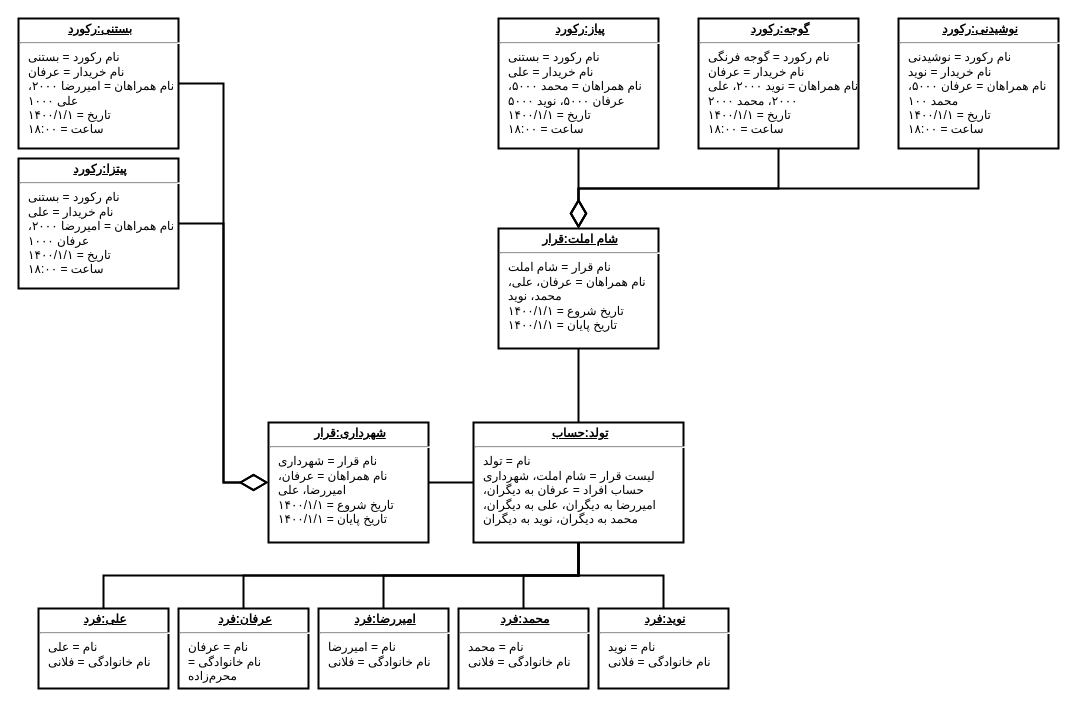
Above: page "Object" (2 of 14) of UML.drawio in moharamzadeh/lets-go-dutch (draw.io), before the change. Source tidied: cells renumbered, new cells numbered last; positions are measured from the earlier drawing's top-left corner, leaving out a move shared by most shapes. Both pictures are drawn from the tidied source at 100%, with x=0, y=0 at pixel (18, 18).
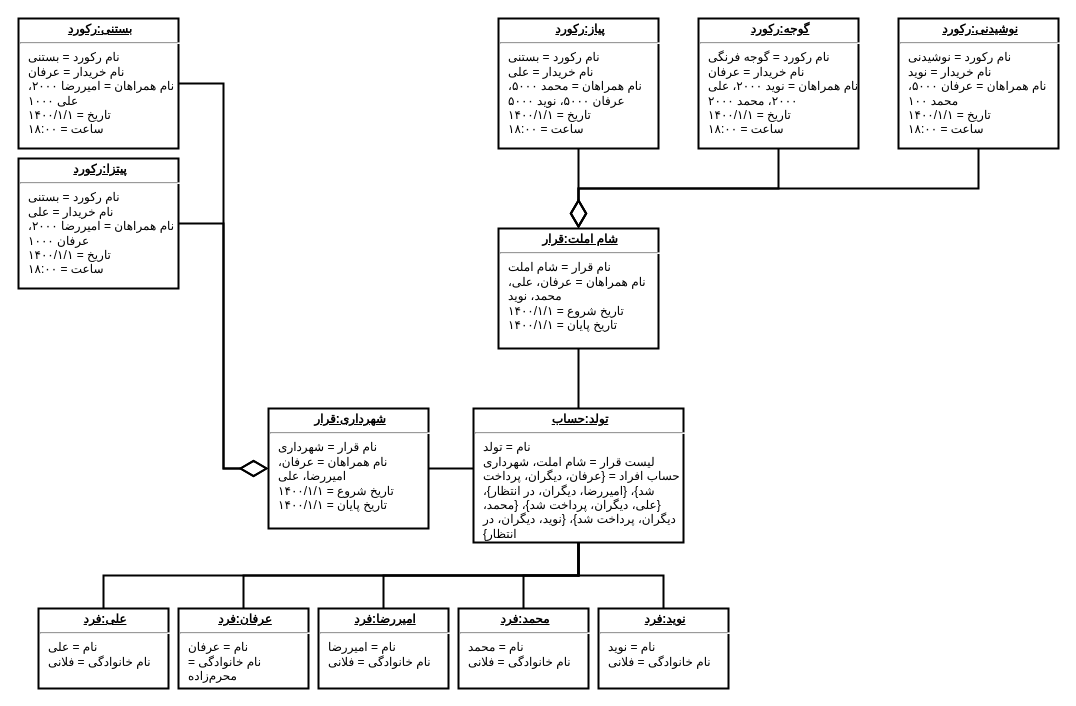
The same diagram, later.

What changed in the source:
```diff
@@
     <mxCell id="2" value="&lt;p style=&quot;margin:0px;margin-top:4px;text-align:center;text-decoration:underline;&quot;&gt;&lt;b&gt;شهرداری:قرار&lt;/b&gt;&lt;/p&gt;&lt;hr&gt;&lt;p style=&quot;margin: 0px 0px 0px 8px;&quot;&gt;نام قرار = شهرداری&lt;/p&gt;&lt;p style=&quot;margin: 0px 0px 0px 8px;&quot;&gt;نام همراهان = عرفان، امیررضا، علی&lt;/p&gt;&lt;p style=&quot;margin: 0px 0px 0px 8px;&quot;&gt;تاریخ شروع = ۱۴۰۰/۱/۱&lt;/p&gt;&lt;p style=&quot;margin: 0px 0px 0px 8px;&quot;&gt;تاریخ پایان = ۱۴۰۰/۱/۱&lt;/p&gt;" style="verticalAlign=top;align=left;overflow=fill;fontSize=12;fontFamily=Vazirmatn;html=1;textDirection=rtl;whiteSpace=wrap;strokeWidth=2;" parent="1" vertex="1">
-      <mxGeometry x="250" y="404" width="160" height="120" as="geometry" />
+      <mxGeometry x="250" y="390" width="160" height="120" as="geometry" />
     </mxCell>
@@
-    <mxCell id="14" value="&lt;p style=&quot;margin:0px;margin-top:4px;text-align:center;text-decoration:underline;&quot;&gt;&lt;b&gt;تولد:حساب&lt;/b&gt;&lt;/p&gt;&lt;hr&gt;&lt;p style=&quot;margin: 0px 0px 0px 8px;&quot;&gt;نام = تولد&lt;/p&gt;&lt;p style=&quot;margin: 0px 0px 0px 8px;&quot;&gt;لیست قرار = شام املت، شهرداری&lt;/p&gt;&lt;p style=&quot;margin: 0px 0px 0px 8px;&quot;&gt;حساب افراد = عرفان به دیگران، امیررضا به دیگران، علی به دیگران، محمد به دیگران، نوید به دیگران&lt;/p&gt;" style="verticalAlign=top;align=left;overflow=fill;fontSize=12;fontFamily=Vazirmatn;html=1;textDirection=rtl;whiteSpace=wrap;strokeWidth=2;" parent="1" vertex="1">
-      <mxGeometry x="455" y="404" width="210" height="120" as="geometry" />
+    <mxCell id="14" value="&lt;p style=&quot;margin:0px;margin-top:4px;text-align:center;text-decoration:underline;&quot;&gt;&lt;b&gt;تولد:حساب&lt;/b&gt;&lt;/p&gt;&lt;hr&gt;&lt;p style=&quot;margin: 0px 0px 0px 8px;&quot;&gt;نام = تولد&lt;/p&gt;&lt;p style=&quot;margin: 0px 0px 0px 8px;&quot;&gt;لیست قرار = شام املت، شهرداری&lt;/p&gt;&lt;p style=&quot;margin: 0px 0px 0px 8px;&quot;&gt;حساب افراد = {عرفان، دیگران، پرداخت شد}، {امیررضا، دیگران، در انتظار}، {علی، دیگران، پرداخت شد}، {محمد، دیگران، پرداخت شد}، {نوید، دیگران، در انتظار}&lt;/p&gt;" style="verticalAlign=top;align=left;overflow=fill;fontSize=12;fontFamily=Vazirmatn;html=1;textDirection=rtl;whiteSpace=wrap;strokeWidth=2;" parent="1" vertex="1">
+      <mxGeometry x="455" y="390" width="210" height="134" as="geometry" />
     </mxCell>
```
